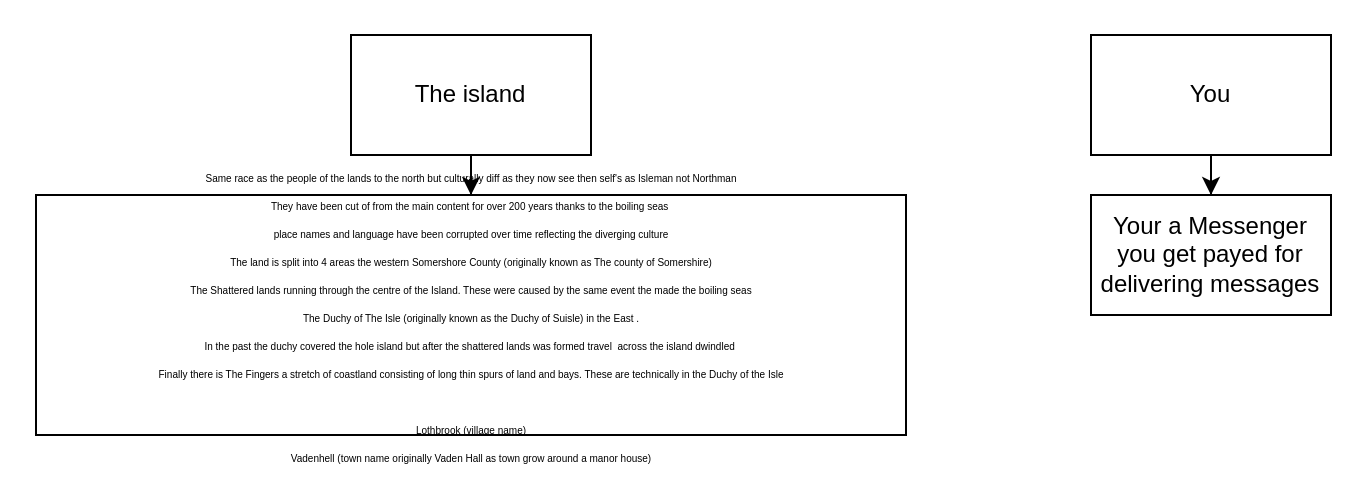
This is Assets/Early Wiki/Overview.drawio from Auvili/ProjectRPG, a draw.io file, before an edit. Source tidied: cells renumbered, new cells numbered last; positions are measured from the earlier drawing's top-left corner, leaving out a move shared by most shapes. Both pictures are drawn from the tidied source at 200%, with x=0, y=0 at pixel (34, 34).
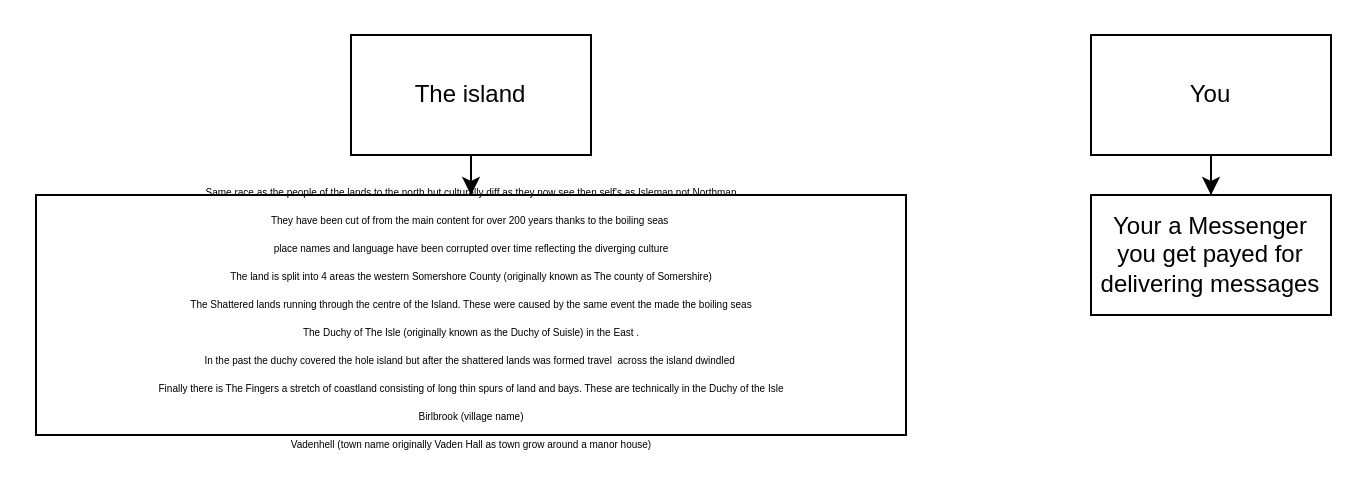
After the change.

Change to the diagram source:
```diff
@@
 <mxGraphModel>
   <root>
     <mxCell id="0" />
     <mxCell id="1" parent="0" />
     <mxCell id="2" style="edgeStyle=orthogonalEdgeStyle;rounded=0;jettySize=auto;html=1;entryX=0.5;entryY=0;entryDx=0;entryDy=0;" parent="1" edge="1" source="3" target="4">
       <mxGeometry relative="1" as="geometry" />
     </mxCell>
     <mxCell id="3" value="The island" style="rounded=0;whiteSpace=wrap;html=1;" parent="1" vertex="1">
       <mxGeometry x="158" width="120" height="60" as="geometry" />
     </mxCell>
-    <mxCell id="4" value="&lt;div style=&quot;text-wrap-mode: nowrap; line-height: 12px;&quot;&gt;&lt;font style=&quot;font-size: 5px; line-height: 5px;&quot;&gt;Same race as the people of the lands to the&amp;nbsp;&lt;/font&gt;&lt;span style=&quot;font-size: 5px; background-color: transparent; color: light-dark(rgb(0, 0, 0), rgb(255, 255, 255));&quot;&gt;north but culturally diff as they now see then self's as Isleman not Northman&lt;/span&gt;&lt;/div&gt;&lt;div style=&quot;text-wrap-mode: nowrap; line-height: 12px;&quot;&gt;&lt;span style=&quot;font-size: 5px; background-color: transparent; color: light-dark(rgb(0, 0, 0), rgb(255, 255, 255));&quot;&gt;They have been cut of from the main content for over 200 years thanks to the boiling seas&amp;nbsp;&lt;/span&gt;&lt;/div&gt;&lt;div style=&quot;text-wrap-mode: nowrap; line-height: 12px;&quot;&gt;&lt;span style=&quot;font-size: 5px;&quot;&gt;place names and language have been corrupted over time reflecting the diverging culture&lt;/span&gt;&lt;/div&gt;&lt;div style=&quot;text-wrap-mode: nowrap; line-height: 12px;&quot;&gt;&lt;span style=&quot;font-size: 5px;&quot;&gt;The land is split into 4 areas the western Somershore County (originally known as The county of Somershire)&lt;/span&gt;&lt;/div&gt;&lt;div style=&quot;text-wrap-mode: nowrap; line-height: 12px;&quot;&gt;&lt;span style=&quot;font-size: 5px;&quot;&gt;The Shattered lands running through the centre of the Island. These were caused by the same event the made the boiling seas&lt;/span&gt;&lt;/div&gt;&lt;div style=&quot;text-wrap-mode: nowrap; line-height: 12px;&quot;&gt;&lt;span style=&quot;font-size: 5px;&quot;&gt;The Duchy of The Isle (originally known as the Duchy of Suisle) in the East .&lt;/span&gt;&lt;/div&gt;&lt;div style=&quot;text-wrap-mode: nowrap; line-height: 12px;&quot;&gt;&lt;span style=&quot;font-size: 5px;&quot;&gt;In the past the duchy covered the hole island but after the shattered lands was formed travel&amp;nbsp; across the island dwindled&amp;nbsp;&lt;/span&gt;&lt;/div&gt;&lt;div style=&quot;text-wrap-mode: nowrap; line-height: 12px;&quot;&gt;&lt;span style=&quot;font-size: 5px;&quot;&gt;Finally there is The Fingers a stretch of coastland consisting of long thin spurs of land and bays. These are technically in the Duchy of the Isle&lt;/span&gt;&lt;/div&gt;&lt;div style=&quot;text-wrap-mode: nowrap; line-height: 12px;&quot;&gt;&lt;span style=&quot;font-size: 5px;&quot;&gt;&lt;br&gt;&lt;/span&gt;&lt;/div&gt;&lt;div style=&quot;text-wrap-mode: nowrap; line-height: 12px;&quot;&gt;&lt;span style=&quot;font-size: 5px;&quot;&gt;Lothbrook (village name)&lt;/span&gt;&lt;/div&gt;&lt;div style=&quot;text-wrap-mode: nowrap; line-height: 12px;&quot;&gt;&lt;span style=&quot;font-size: 5px;&quot;&gt;Vadenhell (town name originally Vaden Hall as town grow around a manor house)&lt;/span&gt;&lt;/div&gt;" style="rounded=0;whiteSpace=wrap;html=1;" parent="1" vertex="1">
+    <mxCell id="4" value="&lt;div style=&quot;text-wrap-mode: nowrap; line-height: 12px;&quot;&gt;&lt;font style=&quot;font-size: 5px; line-height: 5px;&quot;&gt;Same race as the people of the lands to the&amp;nbsp;&lt;/font&gt;&lt;span style=&quot;font-size: 5px; background-color: transparent; color: light-dark(rgb(0, 0, 0), rgb(255, 255, 255));&quot;&gt;north but culturally diff as they now see then self's as Isleman not Northman&lt;/span&gt;&lt;/div&gt;&lt;div style=&quot;text-wrap-mode: nowrap; line-height: 12px;&quot;&gt;&lt;span style=&quot;font-size: 5px; background-color: transparent; color: light-dark(rgb(0, 0, 0), rgb(255, 255, 255));&quot;&gt;They have been cut of from the main content for over 200 years thanks to the boiling seas&amp;nbsp;&lt;/span&gt;&lt;/div&gt;&lt;div style=&quot;text-wrap-mode: nowrap; line-height: 12px;&quot;&gt;&lt;span style=&quot;font-size: 5px;&quot;&gt;place names and language have been corrupted over time reflecting the diverging culture&lt;/span&gt;&lt;/div&gt;&lt;div style=&quot;text-wrap-mode: nowrap; line-height: 12px;&quot;&gt;&lt;span style=&quot;font-size: 5px;&quot;&gt;The land is split into 4 areas the western Somershore County (originally known as The county of Somershire)&lt;/span&gt;&lt;/div&gt;&lt;div style=&quot;text-wrap-mode: nowrap; line-height: 12px;&quot;&gt;&lt;span style=&quot;font-size: 5px;&quot;&gt;The Shattered lands running through the centre of the Island. These were caused by the same event the made the boiling seas&lt;/span&gt;&lt;/div&gt;&lt;div style=&quot;text-wrap-mode: nowrap; line-height: 12px;&quot;&gt;&lt;span style=&quot;font-size: 5px;&quot;&gt;The Duchy of The Isle (originally known as the Duchy of Suisle) in the East .&lt;/span&gt;&lt;/div&gt;&lt;div style=&quot;text-wrap-mode: nowrap; line-height: 12px;&quot;&gt;&lt;span style=&quot;font-size: 5px;&quot;&gt;In the past the duchy covered the hole island but after the shattered lands was formed travel&amp;nbsp; across the island dwindled&amp;nbsp;&lt;/span&gt;&lt;/div&gt;&lt;div style=&quot;text-wrap-mode: nowrap; line-height: 12px;&quot;&gt;&lt;span style=&quot;font-size: 5px;&quot;&gt;Finally there is The Fingers a stretch of coastland consisting of long thin spurs of land and bays. These are technically in the Duchy of the Isle&lt;/span&gt;&lt;/div&gt;&lt;div style=&quot;text-wrap-mode: nowrap; line-height: 12px;&quot;&gt;&lt;span style=&quot;font-size: 5px;&quot;&gt;Birlbrook (village name)&lt;/span&gt;&lt;/div&gt;&lt;div style=&quot;text-wrap-mode: nowrap; line-height: 12px;&quot;&gt;&lt;span style=&quot;font-size: 5px;&quot;&gt;Vadenhell (town name originally Vaden Hall as town grow around a manor house)&lt;/span&gt;&lt;/div&gt;" style="rounded=0;whiteSpace=wrap;html=1;" parent="1" vertex="1">
       <mxGeometry x="0.5" y="80" width="435" height="120" as="geometry" />
     </mxCell>
     <mxCell id="5" style="edgeStyle=orthogonalEdgeStyle;rounded=0;jettySize=auto;html=1;entryX=0.5;entryY=0;entryDx=0;entryDy=0;" parent="1" edge="1" source="6" target="7">
       <mxGeometry relative="1" as="geometry" />
     </mxCell>
     <mxCell id="6" value="You" style="rounded=0;whiteSpace=wrap;html=1;" parent="1" vertex="1">
       <mxGeometry x="528" width="120" height="60" as="geometry" />
     </mxCell>
     <mxCell id="7" value="Your a Messenger you get payed for delivering messages" style="rounded=0;whiteSpace=wrap;html=1;" parent="1" vertex="1">
       <mxGeometry x="528" y="80" width="120" height="60" as="geometry" />
     </mxCell>
   </root>
 </mxGraphModel>
```
